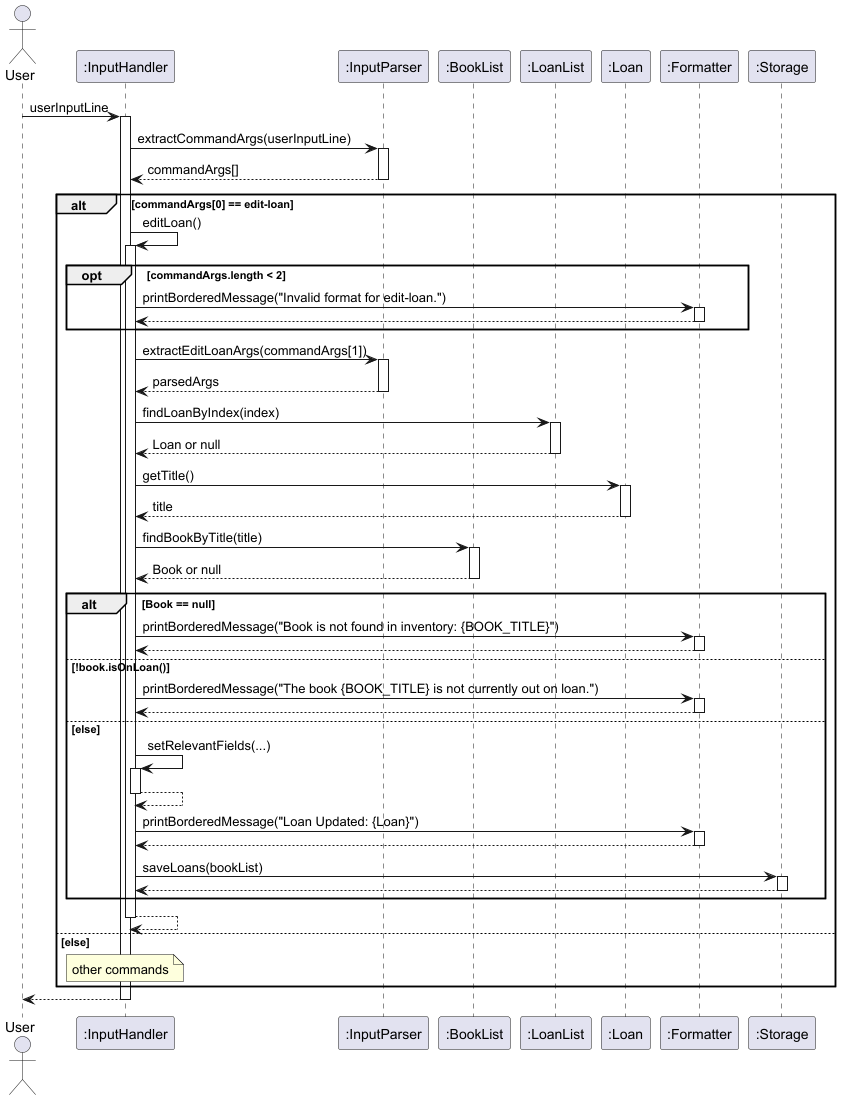
The PlantUML diagram docs/images/editLoan.png in AY2425S2-CS2113-T12-2/tp, before a commit.
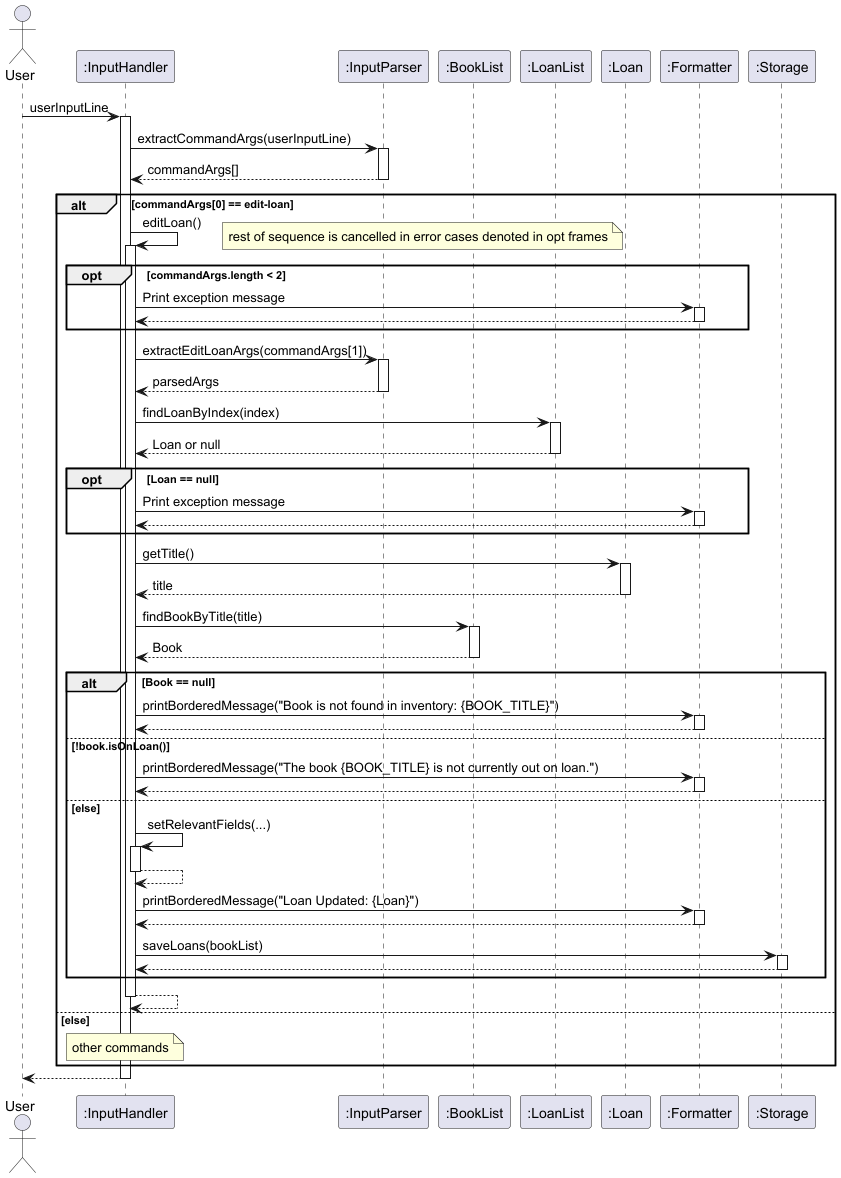
Above is the later version.

Commit message:
sequence diagram edits

Change to the diagram source:
```diff
@@ -22,7 +22,10 @@
     activate InputHandler
 
     opt commandArgs.length < 2
-        InputHandler -> Formatter: printBorderedMessage("Invalid format for edit-loan.")
+        note right
+        rest of sequence is cancelled in error cases denoted in opt frames
+        end note
+        InputHandler -> Formatter: Print exception message
         activate Formatter
         Formatter --> InputHandler
         deactivate Formatter
@@ -38,7 +41,12 @@
 
     LoanList --> InputHandler: Loan or null
     deactivate LoanList
-
+    opt Loan == null
+    InputHandler -> Formatter: Print exception message
+    activate Formatter
+    Formatter --> InputHandler
+    deactivate Formatter
+    end
     InputHandler -> Loan: getTitle()
     activate Loan
 
@@ -48,7 +56,7 @@
     InputHandler -> BookList: findBookByTitle(title)
     activate BookList
 
-    BookList --> InputHandler: Book or null
+    BookList --> InputHandler: Book
     deactivate BookList
 
         alt Book == null
```
